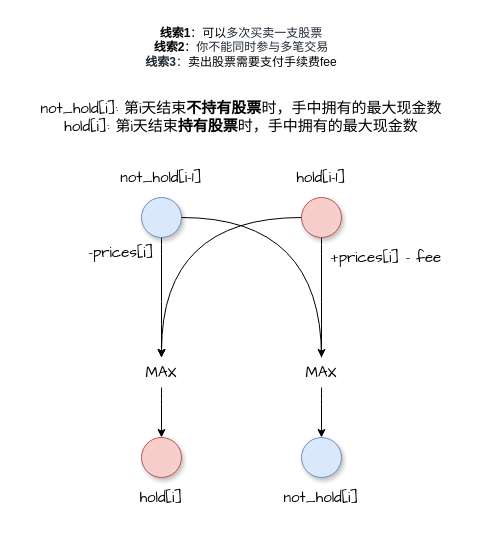
Earlier version of the draw.io diagram draw.io/买卖股票的最佳时机含手续费.drawio (goldknife6/algorithm). Source tidied: cells renumbered, new cells numbered last; positions are measured from the earlier drawing's top-left corner, leaving out a move shared by most shapes. Both pictures are drawn from the tidied source at 100%, with x=0, y=0 at pixel (21, 17).
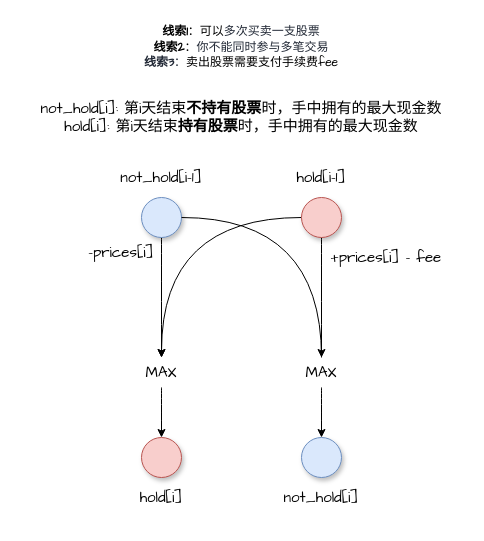
The same page after the edit.

Commit message (it also covers changes not shown here):
更新买卖股票的最佳时机含手续费.drawio

The edit, as a diff of the source:
```diff
@@
-    <mxCell id="21" value="&lt;font style=&quot;font-size: 12px&quot;&gt;&lt;font style=&quot;font-size: 12px&quot;&gt;&lt;b&gt;线索1&lt;/b&gt;：可以&lt;span style=&quot;color: rgb(33 , 40 , 53) ; background-color: rgb(255 , 255 , 255)&quot;&gt;多次买卖一支股票&lt;/span&gt;&lt;b&gt;&lt;br&gt;线索2&lt;/b&gt;：&lt;/font&gt;&lt;span style=&quot;color: rgb(33 , 40 , 53) ; background-color: rgb(255 , 255 , 255)&quot;&gt;你不能同时参与多笔交易&lt;br&gt;&lt;b&gt;线索3&lt;/b&gt;：&lt;/span&gt;&lt;span&gt;卖出股票需要支付手续费fee&lt;/span&gt;&lt;span style=&quot;color: rgb(33 , 40 , 53) ; background-color: rgb(255 , 255 , 255)&quot;&gt;&lt;br&gt;&lt;/span&gt;&lt;/font&gt;" style="text;html=1;strokeColor=none;fillColor=none;align=center;verticalAlign=middle;whiteSpace=wrap;rounded=0;" parent="1" vertex="1">
+    <mxCell id="21" value="&lt;font style=&quot;font-size: 12px&quot;&gt;&lt;font face=&quot;Comic Sans MS&quot;&gt;&lt;font style=&quot;font-size: 12px&quot;&gt;&lt;b&gt;线索1&lt;/b&gt;：可以&lt;span style=&quot;color: rgb(33 , 40 , 53) ; background-color: rgb(255 , 255 , 255)&quot;&gt;多次买卖一支股票&lt;/span&gt;&lt;b&gt;&lt;br&gt;线索2&lt;/b&gt;：&lt;/font&gt;&lt;span style=&quot;color: rgb(33 , 40 , 53) ; background-color: rgb(255 , 255 , 255)&quot;&gt;你不能同时参与多笔交易&lt;br&gt;&lt;b&gt;线索3&lt;/b&gt;：&lt;/span&gt;&lt;span&gt;卖出股票需要支付手续费fee&lt;/span&gt;&lt;/font&gt;&lt;span style=&quot;color: rgb(33 , 40 , 53) ; background-color: rgb(255 , 255 , 255)&quot;&gt;&lt;br&gt;&lt;/span&gt;&lt;/font&gt;" style="text;html=1;strokeColor=none;fillColor=none;align=center;verticalAlign=middle;whiteSpace=wrap;rounded=0;" parent="1" vertex="1">
       <mxGeometry x="80" width="280" height="60" as="geometry" />
     </mxCell>
```
